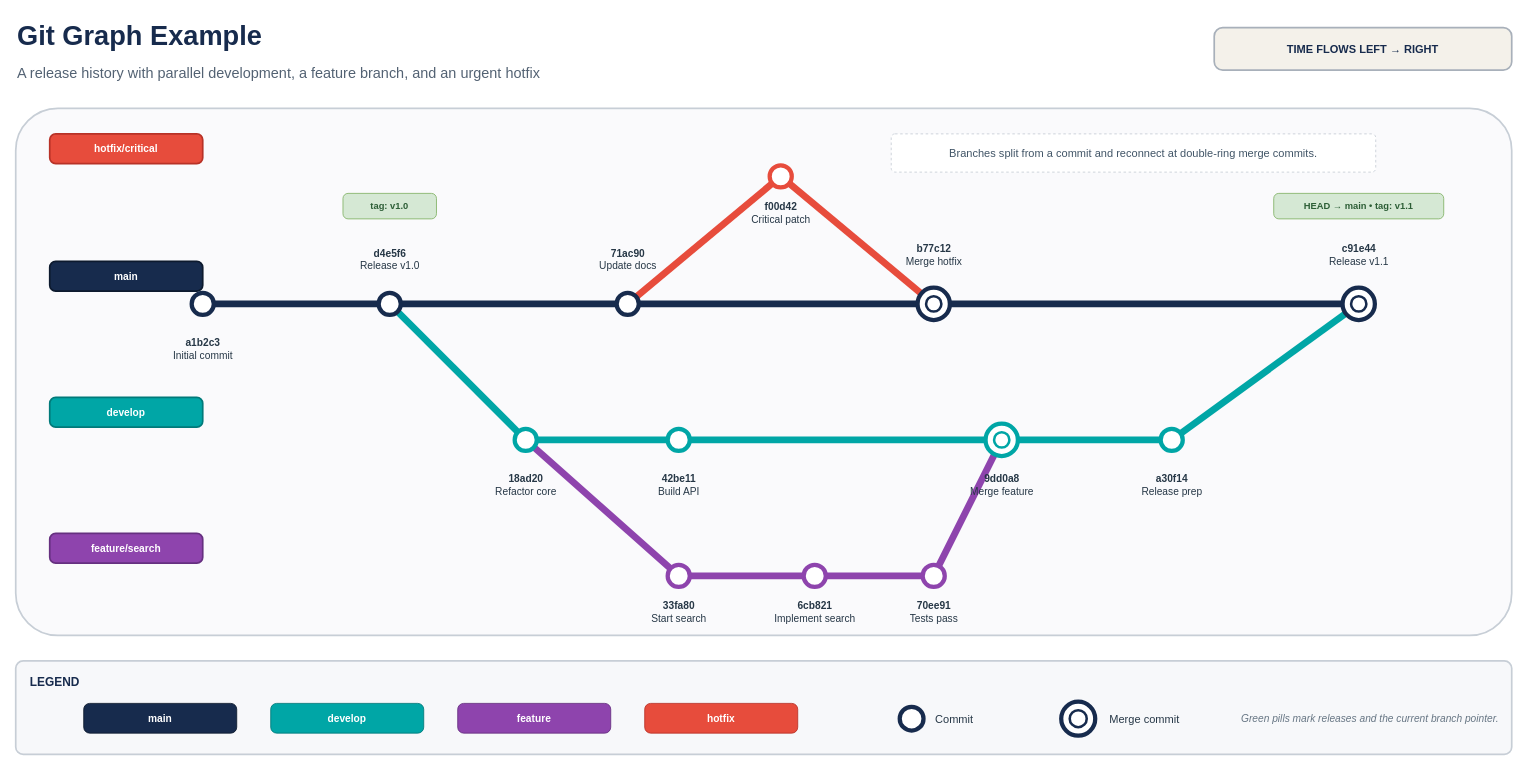
Above: example/git-graph-example.drawio in senad-d/DrawMe (draw.io), before the change. Source tidied: cells renumbered, new cells numbered last; positions are measured from the earlier drawing's top-left corner, leaving out a move shared by most shapes. Both pictures are drawn from the tidied source at 85%, with x=0, y=0 at pixel (15, 14).
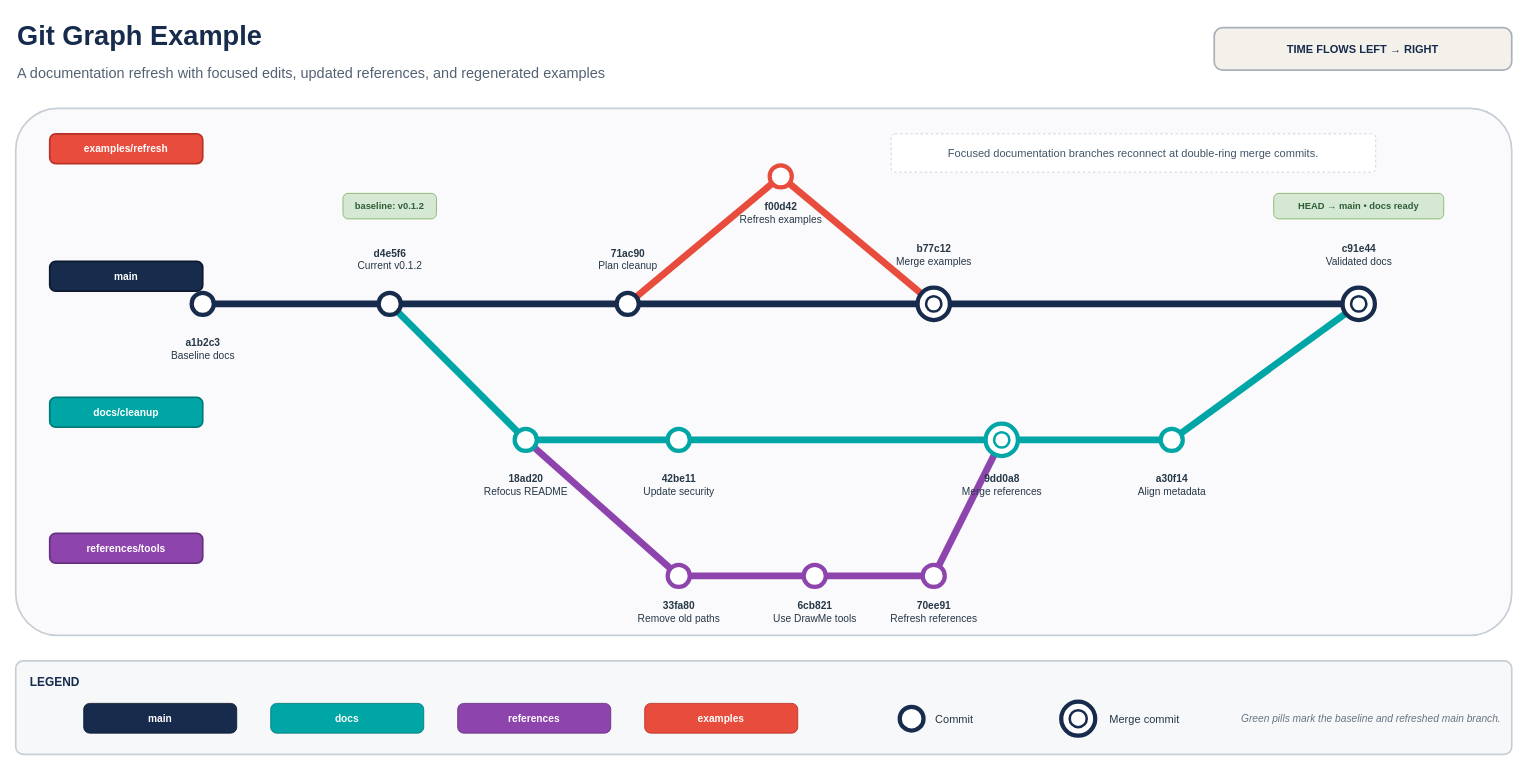
Above is the later version.

Unchanged cells that the change refers to:
```xml
<mxCell id="5" style="rounded=1;arcSize=8;html=1;fillColor=#FAFAFC;strokeColor=#C7CED6;strokeWidth=2;" parent="1" vertex="1">
  <mxGeometry y="110" width="1760" height="620" as="geometry" />
</mxCell>
<mxCell id="57" value="LEGEND" style="rounded=1;arcSize=8;html=1;verticalAlign=top;align=left;spacingTop=10;spacingLeft=15;fontSize=14;fontStyle=1;fontColor=#172B4D;fillColor=#F7F8FA;strokeColor=#C7CED6;strokeWidth=2;" parent="1" vertex="1">
  <mxGeometry y="760" width="1760" height="110" as="geometry" />
</mxCell>
```

The edit, as a diff of the source:
```diff
@@
-    <mxCell id="3" value="A release history with parallel development, a feature branch, and an urgent hotfix" style="text;html=1;align=left;verticalAlign=middle;fontSize=17;fontColor=#536273;" parent="1" vertex="1">
+    <mxCell id="3" value="A documentation refresh with focused edits, updated references, and regenerated examples" style="text;html=1;align=left;verticalAlign=middle;fontSize=17;fontColor=#536273;" parent="1" vertex="1">
       <mxGeometry y="50" width="1250" height="40" as="geometry" />
     </mxCell>
@@
-    <mxCell id="6" value="hotfix/critical" style="rounded=1;arcSize=20;whiteSpace=wrap;html=1;align=center;verticalAlign=middle;fontSize=12;fontStyle=1;fontColor=#FFFFFF;fillColor=#E74C3C;strokeColor=#B83227;strokeWidth=2;" parent="5" vertex="1">
+    <mxCell id="6" value="examples/refresh" style="rounded=1;arcSize=20;whiteSpace=wrap;html=1;align=center;verticalAlign=middle;fontSize=12;fontStyle=1;fontColor=#FFFFFF;fillColor=#E74C3C;strokeColor=#B83227;strokeWidth=2;" parent="5" vertex="1">
       <mxGeometry x="40" y="30" width="180" height="35" as="geometry" />
     </mxCell>
@@
-    <mxCell id="8" value="develop" style="rounded=1;arcSize=20;whiteSpace=wrap;html=1;align=center;verticalAlign=middle;fontSize=12;fontStyle=1;fontColor=#FFFFFF;fillColor=#00A6A6;strokeColor=#007A7A;strokeWidth=2;" parent="5" vertex="1">
+    <mxCell id="8" value="docs/cleanup" style="rounded=1;arcSize=20;whiteSpace=wrap;html=1;align=center;verticalAlign=middle;fontSize=12;fontStyle=1;fontColor=#FFFFFF;fillColor=#00A6A6;strokeColor=#007A7A;strokeWidth=2;" parent="5" vertex="1">
       <mxGeometry x="40" y="340" width="180" height="35" as="geometry" />
     </mxCell>
-    <mxCell id="9" value="feature/search" style="rounded=1;arcSize=20;whiteSpace=wrap;html=1;align=center;verticalAlign=middle;fontSize=12;fontStyle=1;fontColor=#FFFFFF;fillColor=#8E44AD;strokeColor=#663080;strokeWidth=2;" parent="5" vertex="1">
+    <mxCell id="9" value="references/tools" style="rounded=1;arcSize=20;whiteSpace=wrap;html=1;align=center;verticalAlign=middle;fontSize=12;fontStyle=1;fontColor=#FFFFFF;fillColor=#8E44AD;strokeColor=#663080;strokeWidth=2;" parent="5" vertex="1">
       <mxGeometry x="40" y="500" width="180" height="35" as="geometry" />
     </mxCell>
@@
-    <mxCell id="41" value="&lt;b&gt;a1b2c3&lt;/b&gt;&lt;br&gt;Initial commit" style="text;html=1;align=center;verticalAlign=middle;fontSize=12;fontColor=#263746;" parent="5" vertex="1">
+    <mxCell id="41" value="&lt;b&gt;a1b2c3&lt;/b&gt;&lt;br&gt;Baseline docs" style="text;html=1;align=center;verticalAlign=middle;fontSize=12;fontColor=#263746;" parent="5" vertex="1">
       <mxGeometry x="150" y="260" width="140" height="45" as="geometry" />
     </mxCell>
-    <mxCell id="42" value="&lt;b&gt;d4e5f6&lt;/b&gt;&lt;br&gt;Release v1.0" style="text;html=1;align=center;verticalAlign=middle;fontSize=12;fontColor=#263746;" parent="5" vertex="1">
+    <mxCell id="42" value="&lt;b&gt;d4e5f6&lt;/b&gt;&lt;br&gt;Current v0.1.2" style="text;html=1;align=center;verticalAlign=middle;fontSize=12;fontColor=#263746;" parent="5" vertex="1">
       <mxGeometry x="370" y="155" width="140" height="45" as="geometry" />
     </mxCell>
-    <mxCell id="43" value="&lt;b&gt;71ac90&lt;/b&gt;&lt;br&gt;Update docs" style="text;html=1;align=center;verticalAlign=middle;fontSize=12;fontColor=#263746;" parent="5" vertex="1">
+    <mxCell id="43" value="&lt;b&gt;71ac90&lt;/b&gt;&lt;br&gt;Plan cleanup" style="text;html=1;align=center;verticalAlign=middle;fontSize=12;fontColor=#263746;" parent="5" vertex="1">
       <mxGeometry x="650" y="155" width="140" height="45" as="geometry" />
     </mxCell>
-    <mxCell id="44" value="&lt;b&gt;b77c12&lt;/b&gt;&lt;br&gt;Merge hotfix" style="text;html=1;align=center;verticalAlign=middle;fontSize=12;fontColor=#263746;" parent="5" vertex="1">
+    <mxCell id="44" value="&lt;b&gt;b77c12&lt;/b&gt;&lt;br&gt;Merge examples" style="text;html=1;align=center;verticalAlign=middle;fontSize=12;fontColor=#263746;" parent="5" vertex="1">
       <mxGeometry x="1000" y="150" width="160" height="45" as="geometry" />
     </mxCell>
-    <mxCell id="45" value="&lt;b&gt;c91e44&lt;/b&gt;&lt;br&gt;Release v1.1" style="text;html=1;align=center;verticalAlign=middle;fontSize=12;fontColor=#263746;" parent="5" vertex="1">
+    <mxCell id="45" value="&lt;b&gt;c91e44&lt;/b&gt;&lt;br&gt;Validated docs" style="text;html=1;align=center;verticalAlign=middle;fontSize=12;fontColor=#263746;" parent="5" vertex="1">
       <mxGeometry x="1500" y="150" width="160" height="45" as="geometry" />
     </mxCell>
-    <mxCell id="46" value="&lt;b&gt;18ad20&lt;/b&gt;&lt;br&gt;Refactor core" style="text;html=1;align=center;verticalAlign=middle;fontSize=12;fontColor=#263746;" parent="5" vertex="1">
+    <mxCell id="46" value="&lt;b&gt;18ad20&lt;/b&gt;&lt;br&gt;Refocus README" style="text;html=1;align=center;verticalAlign=middle;fontSize=12;fontColor=#263746;" parent="5" vertex="1">
       <mxGeometry x="530" y="420" width="140" height="45" as="geometry" />
     </mxCell>
-    <mxCell id="47" value="&lt;b&gt;42be11&lt;/b&gt;&lt;br&gt;Build API" style="text;html=1;align=center;verticalAlign=middle;fontSize=12;fontColor=#263746;" parent="5" vertex="1">
+    <mxCell id="47" value="&lt;b&gt;42be11&lt;/b&gt;&lt;br&gt;Update security" style="text;html=1;align=center;verticalAlign=middle;fontSize=12;fontColor=#263746;" parent="5" vertex="1">
       <mxGeometry x="710" y="420" width="140" height="45" as="geometry" />
     </mxCell>
-    <mxCell id="48" value="&lt;b&gt;9dd0a8&lt;/b&gt;&lt;br&gt;Merge feature" style="text;html=1;align=center;verticalAlign=middle;fontSize=12;fontColor=#263746;" parent="5" vertex="1">
+    <mxCell id="48" value="&lt;b&gt;9dd0a8&lt;/b&gt;&lt;br&gt;Merge references" style="text;html=1;align=center;verticalAlign=middle;fontSize=12;fontColor=#263746;" parent="5" vertex="1">
       <mxGeometry x="1080" y="420" width="160" height="45" as="geometry" />
     </mxCell>
-    <mxCell id="49" value="&lt;b&gt;a30f14&lt;/b&gt;&lt;br&gt;Release prep" style="text;html=1;align=center;verticalAlign=middle;fontSize=12;fontColor=#263746;" parent="5" vertex="1">
+    <mxCell id="49" value="&lt;b&gt;a30f14&lt;/b&gt;&lt;br&gt;Align metadata" style="text;html=1;align=center;verticalAlign=middle;fontSize=12;fontColor=#263746;" parent="5" vertex="1">
       <mxGeometry x="1290" y="420" width="140" height="45" as="geometry" />
     </mxCell>
-    <mxCell id="50" value="&lt;b&gt;33fa80&lt;/b&gt;&lt;br&gt;Start search" style="text;html=1;align=center;verticalAlign=middle;fontSize=12;fontColor=#263746;" parent="5" vertex="1">
+    <mxCell id="50" value="&lt;b&gt;33fa80&lt;/b&gt;&lt;br&gt;Remove old paths" style="text;html=1;align=center;verticalAlign=middle;fontSize=12;fontColor=#263746;" parent="5" vertex="1">
       <mxGeometry x="710" y="570" width="140" height="45" as="geometry" />
     </mxCell>
-    <mxCell id="51" value="&lt;b&gt;6cb821&lt;/b&gt;&lt;br&gt;Implement search" style="text;html=1;align=center;verticalAlign=middle;fontSize=12;fontColor=#263746;" parent="5" vertex="1">
+    <mxCell id="51" value="&lt;b&gt;6cb821&lt;/b&gt;&lt;br&gt;Use DrawMe tools" style="text;html=1;align=center;verticalAlign=middle;fontSize=12;fontColor=#263746;" parent="5" vertex="1">
       <mxGeometry x="870" y="570" width="140" height="45" as="geometry" />
     </mxCell>
-    <mxCell id="52" value="&lt;b&gt;70ee91&lt;/b&gt;&lt;br&gt;Tests pass" style="text;html=1;align=center;verticalAlign=middle;fontSize=12;fontColor=#263746;" parent="5" vertex="1">
+    <mxCell id="52" value="&lt;b&gt;70ee91&lt;/b&gt;&lt;br&gt;Refresh references" style="text;html=1;align=center;verticalAlign=middle;fontSize=12;fontColor=#263746;" parent="5" vertex="1">
       <mxGeometry x="1010" y="570" width="140" height="45" as="geometry" />
     </mxCell>
-    <mxCell id="53" value="&lt;b&gt;f00d42&lt;/b&gt;&lt;br&gt;Critical patch" style="text;html=1;align=center;verticalAlign=middle;fontSize=12;fontColor=#263746;" parent="5" vertex="1">
+    <mxCell id="53" value="&lt;b&gt;f00d42&lt;/b&gt;&lt;br&gt;Refresh examples" style="text;html=1;align=center;verticalAlign=middle;fontSize=12;fontColor=#263746;" parent="5" vertex="1">
       <mxGeometry x="830" y="100" width="140" height="45" as="geometry" />
     </mxCell>
-    <mxCell id="54" value="tag: v1.0" style="rounded=1;arcSize=20;whiteSpace=wrap;html=1;align=center;verticalAlign=middle;fontSize=11;fontStyle=1;fontColor=#2D5E36;fillColor=#D5E8D4;strokeColor=#82B366;" parent="5" vertex="1">
+    <mxCell id="54" value="baseline: v0.1.2" style="rounded=1;arcSize=20;whiteSpace=wrap;html=1;align=center;verticalAlign=middle;fontSize=11;fontStyle=1;fontColor=#2D5E36;fillColor=#D5E8D4;strokeColor=#82B366;" parent="5" vertex="1">
       <mxGeometry x="385" y="100" width="110" height="30" as="geometry" />
     </mxCell>
-    <mxCell id="55" value="HEAD → main  •  tag: v1.1" style="rounded=1;arcSize=20;whiteSpace=wrap;html=1;align=center;verticalAlign=middle;fontSize=11;fontStyle=1;fontColor=#2D5E36;fillColor=#D5E8D4;strokeColor=#82B366;" parent="5" vertex="1">
+    <mxCell id="55" value="HEAD → main  •  docs ready" style="rounded=1;arcSize=20;whiteSpace=wrap;html=1;align=center;verticalAlign=middle;fontSize=11;fontStyle=1;fontColor=#2D5E36;fillColor=#D5E8D4;strokeColor=#82B366;" parent="5" vertex="1">
       <mxGeometry x="1480" y="100" width="200" height="30" as="geometry" />
     </mxCell>
-    <mxCell id="56" value="Branches split from a commit and reconnect at double-ring merge commits." style="rounded=1;arcSize=10;whiteSpace=wrap;html=1;align=center;verticalAlign=middle;fontSize=13;fontColor=#405466;fillColor=#FFFFFF;strokeColor=#C7CED6;dashed=1;" parent="5" vertex="1">
+    <mxCell id="56" value="Focused documentation branches reconnect at double-ring merge commits." style="rounded=1;arcSize=10;whiteSpace=wrap;html=1;align=center;verticalAlign=middle;fontSize=13;fontColor=#405466;fillColor=#FFFFFF;strokeColor=#C7CED6;dashed=1;" parent="5" vertex="1">
       <mxGeometry x="1030" y="30" width="570" height="45" as="geometry" />
     </mxCell>
@@
-    <mxCell id="59" value="develop" style="rounded=1;arcSize=20;whiteSpace=wrap;html=1;align=center;verticalAlign=middle;fontSize=12;fontStyle=1;fontColor=#FFFFFF;fillColor=#00A6A6;strokeColor=#007A7A;" parent="57" vertex="1">
+    <mxCell id="59" value="docs" style="rounded=1;arcSize=20;whiteSpace=wrap;html=1;align=center;verticalAlign=middle;fontSize=12;fontStyle=1;fontColor=#FFFFFF;fillColor=#00A6A6;strokeColor=#007A7A;" parent="57" vertex="1">
       <mxGeometry x="300" y="50" width="180" height="35" as="geometry" />
     </mxCell>
-    <mxCell id="60" value="feature" style="rounded=1;arcSize=20;whiteSpace=wrap;html=1;align=center;verticalAlign=middle;fontSize=12;fontStyle=1;fontColor=#FFFFFF;fillColor=#8E44AD;strokeColor=#663080;" parent="57" vertex="1">
+    <mxCell id="60" value="references" style="rounded=1;arcSize=20;whiteSpace=wrap;html=1;align=center;verticalAlign=middle;fontSize=12;fontStyle=1;fontColor=#FFFFFF;fillColor=#8E44AD;strokeColor=#663080;" parent="57" vertex="1">
       <mxGeometry x="520" y="50" width="180" height="35" as="geometry" />
     </mxCell>
-    <mxCell id="61" value="hotfix" style="rounded=1;arcSize=20;whiteSpace=wrap;html=1;align=center;verticalAlign=middle;fontSize=12;fontStyle=1;fontColor=#FFFFFF;fillColor=#E74C3C;strokeColor=#B83227;" parent="57" vertex="1">
+    <mxCell id="61" value="examples" style="rounded=1;arcSize=20;whiteSpace=wrap;html=1;align=center;verticalAlign=middle;fontSize=12;fontStyle=1;fontColor=#FFFFFF;fillColor=#E74C3C;strokeColor=#B83227;" parent="57" vertex="1">
       <mxGeometry x="740" y="50" width="180" height="35" as="geometry" />
     </mxCell>
@@
-    <mxCell id="67" value="Green pills mark releases and the current branch pointer." style="text;html=1;align=left;verticalAlign=middle;fontSize=12;fontColor=#667583;fontStyle=2;" parent="57" vertex="1">
+    <mxCell id="67" value="Green pills mark the baseline and refreshed main branch." style="text;html=1;align=left;verticalAlign=middle;fontSize=12;fontColor=#667583;fontStyle=2;" parent="57" vertex="1">
       <mxGeometry x="1440" y="45" width="260" height="45" as="geometry" />
     </mxCell>
```
